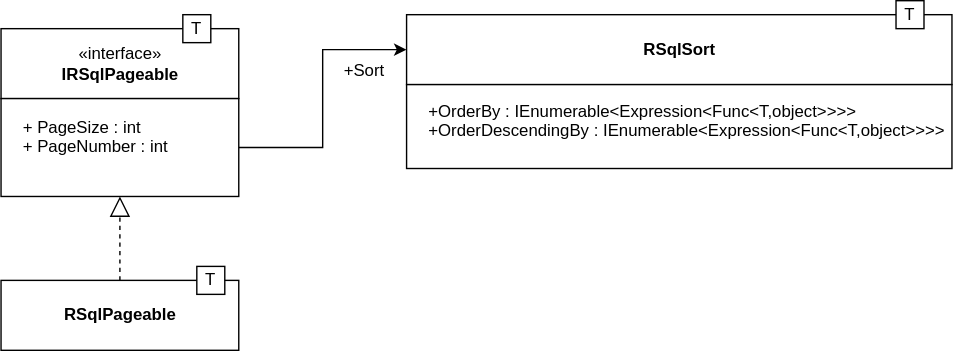
Above: docs/uml_IRSqlPageableQuery.svg in gwendallg/rsql4net (draw.io), before the change. Source tidied: cells renumbered, new cells last; positions are measured from the earlier drawing's top-left corner, leaving out a move shared by most shapes.
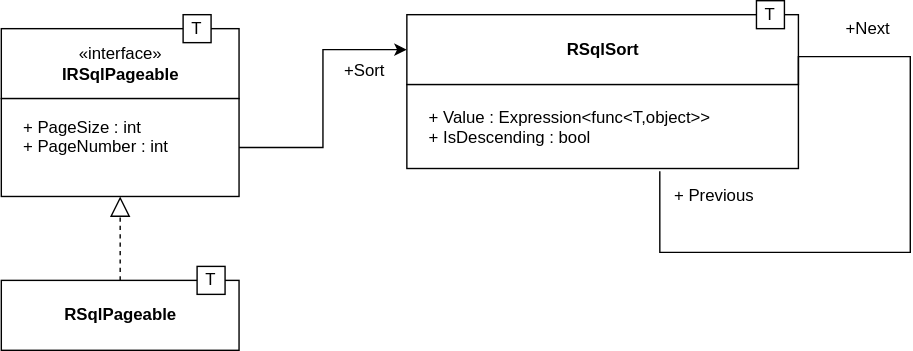
Later version of the same file.

Diff of the diagram source:
```diff
@@ -18,17 +18,24 @@
       <mxGeometry x="10" y="77" width="150" height="53" as="geometry" />
     </mxCell>
     <mxCell id="7" value="&lt;b&gt;RSqlSort&lt;/b&gt;" style="html=1;" parent="1" vertex="1">
-      <mxGeometry x="290" y="10" width="390" height="50" as="geometry" />
+      <mxGeometry x="290" y="10" width="280" height="50" as="geometry" />
     </mxCell>
     <mxCell id="8" value="T" style="rounded=0;whiteSpace=wrap;html=1;" parent="1" vertex="1">
-      <mxGeometry x="640" width="20" height="20" as="geometry" />
+      <mxGeometry x="540" width="20" height="20" as="geometry" />
     </mxCell>
+    <mxCell id="15" style="edgeStyle=orthogonalEdgeStyle;rounded=0;orthogonalLoop=1;jettySize=auto;html=1;entryX=0.646;entryY=1.033;entryDx=0;entryDy=0;entryPerimeter=0;endArrow=none;endFill=0;" parent="1" edge="1" source="9" target="9">
+      <mxGeometry relative="1" as="geometry">
+        <Array as="points">
+          <mxPoint x="570" y="40" />
+          <mxPoint x="650" y="40" />
+          <mxPoint x="650" y="180" />
+          <mxPoint x="471" y="180" />
+        </Array>
+      </mxGeometry>
+    </mxCell>
     <mxCell id="9" style="rounded=0;whiteSpace=wrap;html=1;" parent="1" vertex="1">
-      <mxGeometry x="290" y="60" width="390" height="60" as="geometry" />
+      <mxGeometry x="290" y="60" width="280" height="60" as="geometry" />
     </mxCell>
-    <mxCell id="10" value="+OrderBy : IEnumerable&lt;Expression&lt;Func&lt;T,object&gt;&gt;&gt;&gt;&#10;+OrderDescendingBy : IEnumerable&lt;Expression&lt;Func&lt;T,object&gt;&gt;&gt;&gt;" style="text;align=left;verticalAlign=top;spacingLeft=4;spacingRight=4;overflow=hidden;rounded=0;shadow=0;html=0;" parent="1" vertex="1">
-      <mxGeometry x="300" y="65.5" width="380" height="44.5" as="geometry" />
-    </mxCell>
     <mxCell id="11" style="endArrow=block;dashed=1;endFill=0;endSize=12;html=1;exitX=0.5;exitY=0;exitDx=0;exitDy=0;entryX=0.5;entryY=1;entryDx=0;entryDy=0;" parent="1" edge="1" source="12" target="5">
       <mxGeometry relative="1" as="geometry" />
     </mxCell>
@@ -41,5 +48,14 @@
     <mxCell id="14" value="+Sort" style="text;html=1;strokeColor=none;fillColor=none;align=center;verticalAlign=middle;whiteSpace=wrap;rounded=0;" parent="1" vertex="1">
       <mxGeometry x="240" y="40" width="40" height="20" as="geometry" />
     </mxCell>
+    <mxCell id="16" value="+Next" style="text;html=1;strokeColor=none;fillColor=none;align=center;verticalAlign=middle;whiteSpace=wrap;rounded=0;" parent="1" vertex="1">
+      <mxGeometry x="600" y="10" width="40" height="20" as="geometry" />
+    </mxCell>
+    <mxCell id="17" value="+ Previous" style="text;html=1;strokeColor=none;fillColor=none;align=center;verticalAlign=middle;whiteSpace=wrap;rounded=0;" parent="1" vertex="1">
+      <mxGeometry x="480" y="130" width="60" height="20" as="geometry" />
+    </mxCell>
+    <mxCell id="18" value="+ Value : Expression&lt;func&lt;T,object&gt;&gt;&#10;+ IsDescending : bool&#10;" style="text;align=left;verticalAlign=top;spacingLeft=4;spacingRight=4;overflow=hidden;rounded=0;shadow=0;html=0;" parent="1" vertex="1">
+      <mxGeometry x="300" y="70" width="220" height="53" as="geometry" />
+    </mxCell>
   </root>
 </mxGraphModel>
```
